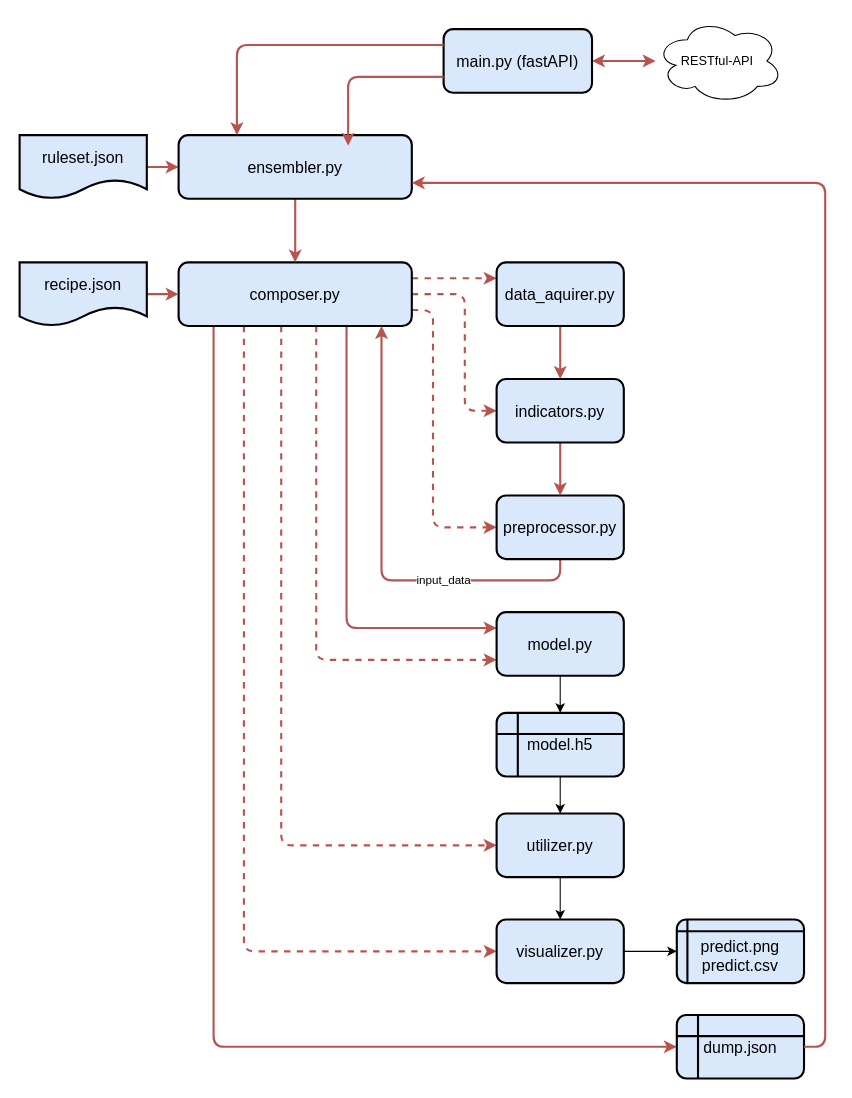
The draw.io diagram doc/model_overview.drawio in Franzelfx/forex-predicter, before the edit. Source tidied: cells renumbered, new cells numbered last; positions are measured from the earlier drawing's top-left corner, leaving out a move shared by most shapes. Both pictures are drawn from the tidied source at 106%, with x=0, y=0 at pixel (19, 18).
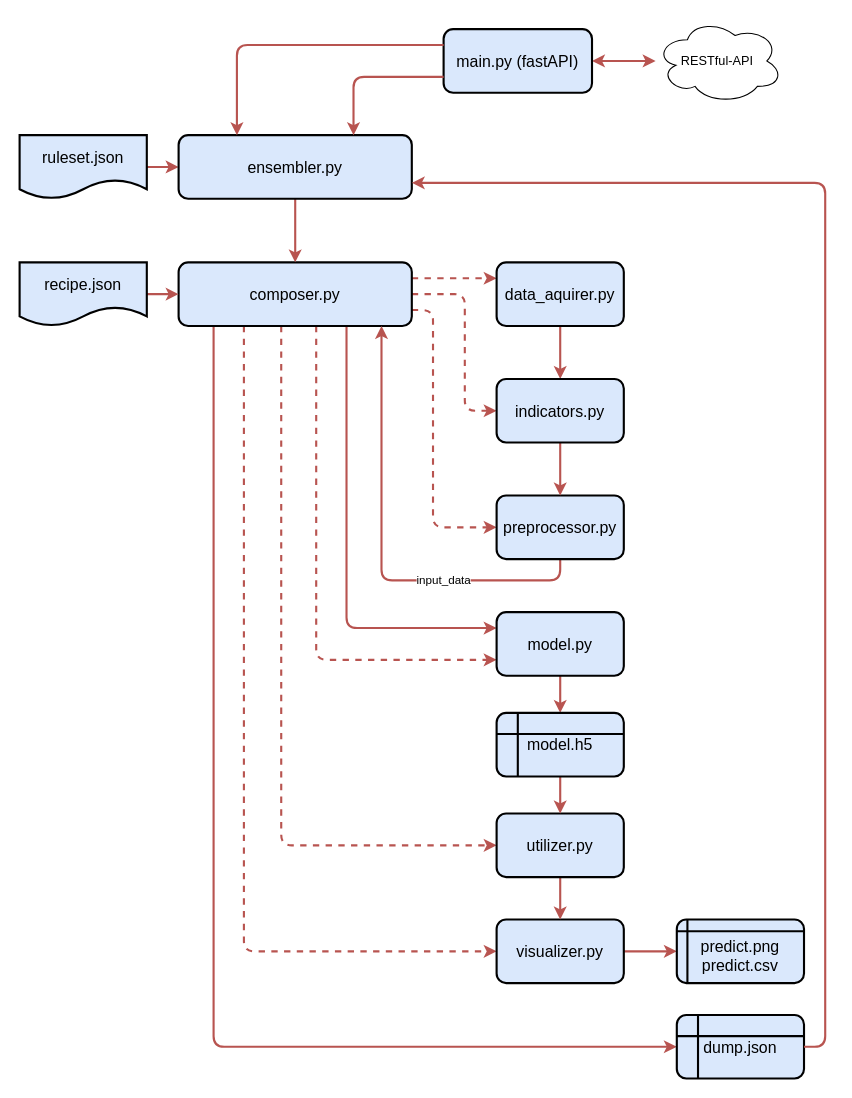
The same diagram, later.

Commit message (it also covers changes not shown here):
EDIT model_overview

Unchanged cells that the change refers to:
```xml
<mxCell id="10" value="&lt;font style=&quot;font-size: 15px;&quot;&gt;composer.py&lt;/font&gt;" style="rounded=1;whiteSpace=wrap;html=1;verticalAlign=middle;align=center;strokeWidth=2;fillColor=#dae8fc;strokeColor=#000000;points=[[0,0.25,0,0,0],[0,0.5,0,0,0],[0,0.75,0,0,0],[0.15,1,0,0,0],[0.25,0,0,0,0],[0.28,1,0,0,0],[0.44,1,0,0,0],[0.5,0,0,0,0],[0.59,1,0,0,0],[0.72,1,0,0,0],[0.75,0,0,0,0],[0.87,1,0,0,0],[1,0.25,0,0,0],[1,0.5,0,0,0],[1,0.75,0,0,0]];" parent="1" vertex="1">
  <mxGeometry x="150" y="230" width="220" height="60" as="geometry" />
</mxCell>
<mxCell id="19" value="&lt;font style=&quot;font-size: 15px;&quot;&gt;visualizer.py&lt;/font&gt;" style="rounded=1;whiteSpace=wrap;html=1;verticalAlign=middle;align=center;strokeWidth=2;fillColor=#dae8fc;strokeColor=#000000;" parent="1" vertex="1">
  <mxGeometry x="450" y="850" width="120" height="60" as="geometry" />
</mxCell>
<mxCell id="21" value="&lt;font style=&quot;font-size: 15px;&quot;&gt;model.py&lt;/font&gt;" style="rounded=1;whiteSpace=wrap;html=1;verticalAlign=middle;align=center;strokeWidth=2;fillColor=#dae8fc;strokeColor=#000000;" parent="1" vertex="1">
  <mxGeometry x="450" y="560" width="120" height="60" as="geometry" />
</mxCell>
<mxCell id="23" value="&lt;font style=&quot;font-size: 15px;&quot;&gt;utilizer.py&lt;/font&gt;" style="rounded=1;whiteSpace=wrap;html=1;verticalAlign=middle;align=center;strokeWidth=2;fillColor=#dae8fc;strokeColor=#000000;" parent="1" vertex="1">
  <mxGeometry x="450" y="750" width="120" height="60" as="geometry" />
</mxCell>
<mxCell id="27" value="&lt;font style=&quot;font-size: 15px;&quot;&gt;model.h5&lt;/font&gt;" style="shape=internalStorage;whiteSpace=wrap;html=1;backgroundOutline=1;rounded=1;strokeWidth=2;fillColor=#dae8fc;strokeColor=#000000;" parent="1" vertex="1">
  <mxGeometry x="450" y="655" width="120" height="60" as="geometry" />
</mxCell>
<mxCell id="30" value="&lt;font style=&quot;font-size: 15px;&quot;&gt;predict.png&lt;br&gt;predict.csv&lt;/font&gt;" style="shape=internalStorage;whiteSpace=wrap;html=1;backgroundOutline=1;dx=10;dy=11;spacingTop=8;rounded=1;strokeWidth=2;fillColor=#dae8fc;strokeColor=#000000;" parent="1" vertex="1">
  <mxGeometry x="620" y="850" width="120" height="60" as="geometry" />
</mxCell>
<mxCell id="32" value="&lt;font style=&quot;font-size: 15px;&quot;&gt;ensembler.py&lt;/font&gt;" style="rounded=1;whiteSpace=wrap;html=1;verticalAlign=middle;align=center;strokeWidth=2;fillColor=#dae8fc;strokeColor=#000000;points=[[0,0.25,0,0,0],[0,0.5,0,0,0],[0,0.75,0,0,0],[0.15,1,0,0,0],[0.25,0,0,0,0],[0.28,1,0,0,0],[0.44,1,0,0,0],[0.5,0,0,0,0],[0.59,1,0,0,0],[0.72,1,0,0,0],[0.75,0,0,0,0],[0.87,1,0,0,0],[1,0.25,0,0,0],[1,0.5,0,0,0],[1,0.75,0,0,0]];" parent="1" vertex="1">
  <mxGeometry x="150" y="110" width="220" height="60" as="geometry" />
</mxCell>
<mxCell id="36" value="&lt;font style=&quot;font-size: 15px;&quot;&gt;main.py (fastAPI)&lt;/font&gt;" style="rounded=1;whiteSpace=wrap;html=1;verticalAlign=middle;align=center;strokeWidth=2;fillColor=#dae8fc;strokeColor=#000000;points=[[0,0.25,0,0,0],[0,0.5,0,0,0],[0,0.75,0,0,0],[0.15,1,0,0,0],[0.25,0,0,0,0],[0.28,1,0,0,0],[0.44,1,0,0,0],[0.5,0,0,0,0],[0.59,1,0,0,0],[0.72,1,0,0,0],[0.75,0,0,0,0],[0.87,1,0,0,0],[1,0.25,0,0,0],[1,0.5,0,0,0],[1,0.75,0,0,0]];" parent="1" vertex="1">
  <mxGeometry x="400" y="10" width="140" height="60" as="geometry" />
</mxCell>
```

The edit, as a diff of the source:
```diff
@@
-    <mxCell id="5" style="edgeStyle=orthogonalEdgeStyle;html=1;exitX=0.72;exitY=1;exitDx=0;exitDy=0;entryX=0;entryY=0.25;entryDx=0;entryDy=0;startArrow=none;startFill=0;fillColor=#f8cecc;strokeColor=#b85450;strokeWidth=2;exitPerimeter=0;" parent="1" edge="1" source="10" target="21">
+    <mxCell id="5" style="edgeStyle=orthogonalEdgeStyle;html=1;exitX=0.72;exitY=1;exitDx=0;exitDy=0;entryX=0;entryY=0.25;entryDx=0;entryDy=0;startArrow=none;startFill=0;fillColor=#f8cecc;strokeColor=#B85450;strokeWidth=2;exitPerimeter=0;" parent="1" edge="1" source="10" target="21">
       <mxGeometry relative="1" as="geometry" />
     </mxCell>
@@
-    <mxCell id="18" style="edgeStyle=orthogonalEdgeStyle;rounded=0;jettySize=auto;html=1;exitX=1;exitY=0.5;exitDx=0;exitDy=0;entryX=0;entryY=0.5;entryDx=0;entryDy=0;" parent="1" edge="1" source="19" target="30">
+    <mxCell id="18" style="edgeStyle=orthogonalEdgeStyle;rounded=0;jettySize=auto;html=1;exitX=1;exitY=0.5;exitDx=0;exitDy=0;entryX=0;entryY=0.5;entryDx=0;entryDy=0;strokeWidth=2;strokeColor=#B85450;" parent="1" edge="1" source="19" target="30">
       <mxGeometry relative="1" as="geometry" />
     </mxCell>
@@
-    <mxCell id="20" style="edgeStyle=orthogonalEdgeStyle;rounded=0;jettySize=auto;html=1;" parent="1" edge="1" source="21" target="27">
+    <mxCell id="20" style="edgeStyle=orthogonalEdgeStyle;rounded=0;jettySize=auto;html=1;strokeWidth=2;fillColor=#ffcccc;strokeColor=#B85450;" parent="1" edge="1" source="21" target="27">
       <mxGeometry relative="1" as="geometry" />
     </mxCell>
@@
-    <mxCell id="22" style="edgeStyle=orthogonalEdgeStyle;rounded=0;jettySize=auto;html=1;" parent="1" edge="1" source="23" target="19">
+    <mxCell id="22" style="edgeStyle=orthogonalEdgeStyle;rounded=0;jettySize=auto;html=1;strokeColor=#B85450;strokeWidth=2;" parent="1" edge="1" source="23" target="19">
       <mxGeometry relative="1" as="geometry" />
     </mxCell>
@@
-    <mxCell id="26" style="edgeStyle=orthogonalEdgeStyle;rounded=0;jettySize=auto;html=1;" parent="1" edge="1" source="27" target="23">
+    <mxCell id="26" style="edgeStyle=orthogonalEdgeStyle;rounded=0;jettySize=auto;html=1;strokeColor=#B85450;strokeWidth=2;" parent="1" edge="1" source="27" target="23">
       <mxGeometry relative="1" as="geometry" />
     </mxCell>
@@
-    <mxCell id="38" style="edgeStyle=orthogonalEdgeStyle;rounded=1;jettySize=auto;html=1;exitX=0;exitY=0.75;exitDx=0;exitDy=0;exitPerimeter=0;entryX=0.727;entryY=0.167;entryDx=0;entryDy=0;entryPerimeter=0;strokeWidth=2;fillColor=#f8cecc;strokeColor=#b85450;" parent="1" edge="1" source="36" target="32">
+    <mxCell id="38" style="edgeStyle=orthogonalEdgeStyle;rounded=1;jettySize=auto;html=1;exitX=0;exitY=0.75;exitDx=0;exitDy=0;exitPerimeter=0;entryX=0.75;entryY=0;entryDx=0;entryDy=0;entryPerimeter=0;strokeWidth=2;fillColor=#f8cecc;strokeColor=#b85450;" parent="1" edge="1" source="36" target="32">
       <mxGeometry relative="1" as="geometry" />
     </mxCell>
```
